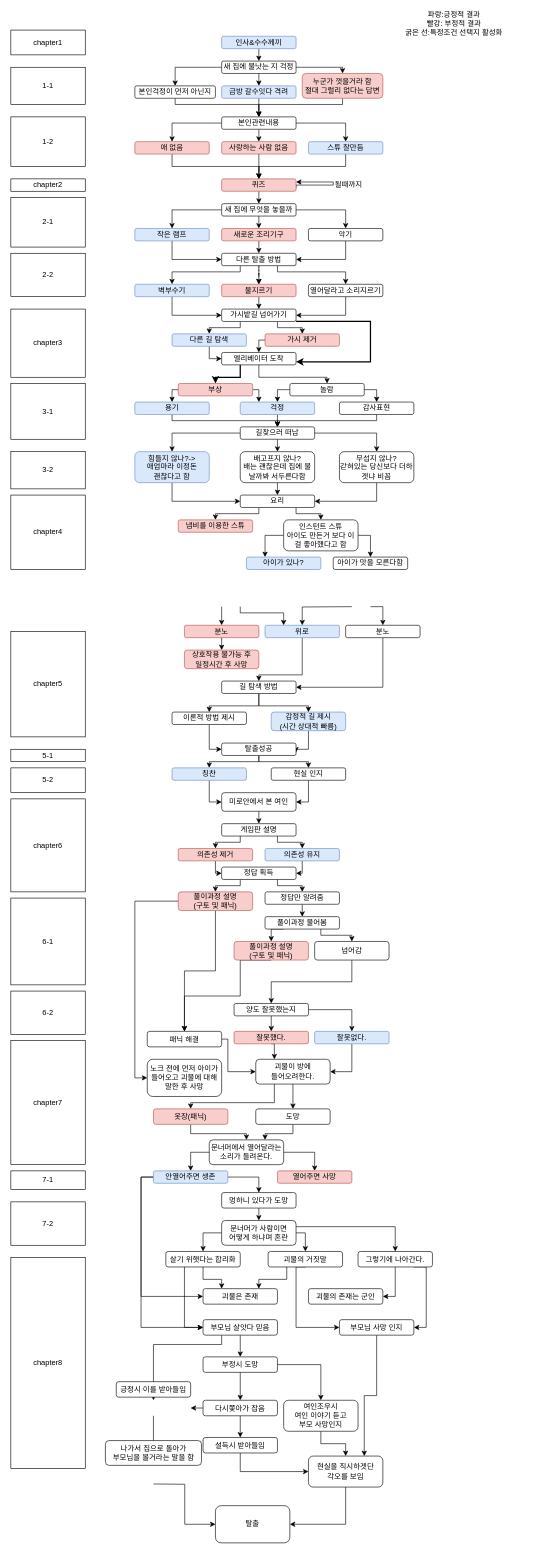
Before: woman.drawio in KimSeal/gamemaker, a draw.io diagram. Source tidied: cells renumbered, new cells numbered last; positions are measured from the earlier drawing's top-left corner, leaving out a move shared by most shapes. Both pictures are drawn from the tidied source at 62%, with x=0, y=0 at pixel (11, 17).
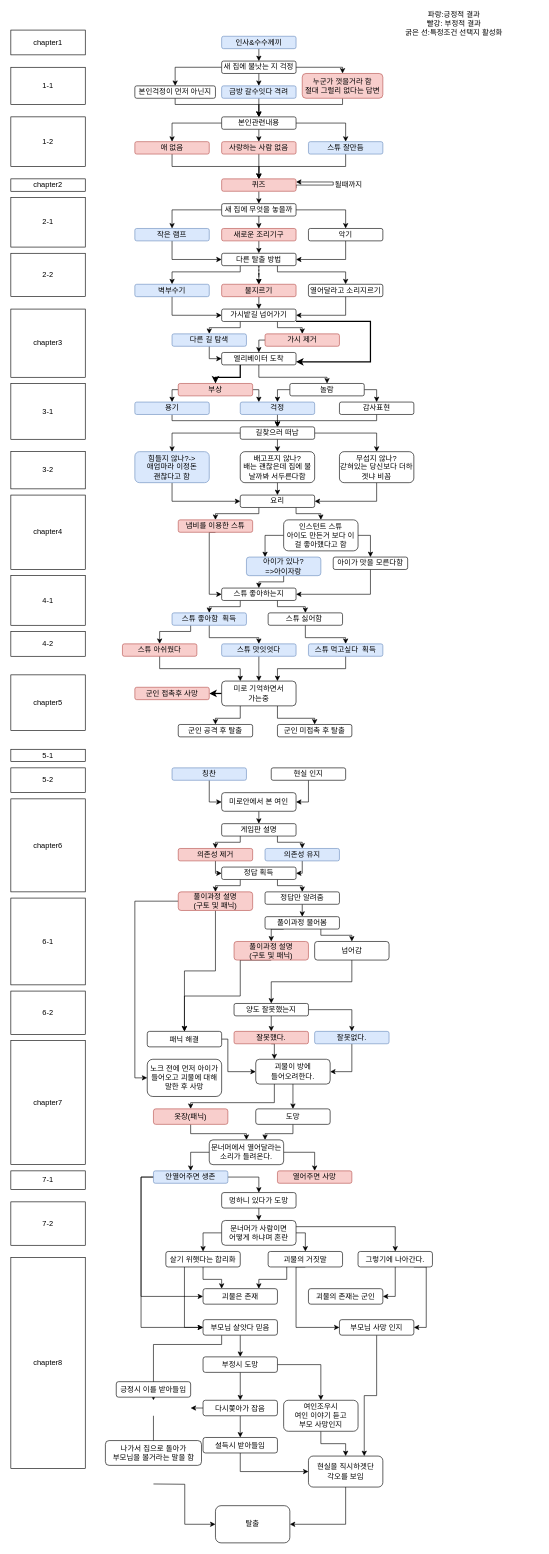
Above is the later version.

Unchanged cells that the change refers to:
```xml
<mxCell id="97" value="칭찬" style="rounded=1;whiteSpace=wrap;html=1;fillColor=#dae8fc;strokeColor=#6c8ebf;" parent="1" vertex="1">
  <mxGeometry x="260" y="1210" width="120" height="20" as="geometry" />
</mxCell>
<mxCell id="99" value="현실 인지" style="rounded=1;whiteSpace=wrap;html=1;" parent="1" vertex="1">
  <mxGeometry x="420" y="1210" width="120" height="20" as="geometry" />
</mxCell>
<mxCell id="219" value="냄비를 이용한 스튜" style="rounded=1;whiteSpace=wrap;html=1;fillColor=#f8cecc;strokeColor=#b85450;" parent="1" vertex="1">
  <mxGeometry x="270" y="810" width="120" height="20" as="geometry" />
</mxCell>
<mxCell id="224" value="아이가 맛을 모른다함" style="rounded=1;whiteSpace=wrap;html=1;" parent="1" vertex="1">
  <mxGeometry x="520" y="870" width="120" height="20" as="geometry" />
</mxCell>
```

Change to the diagram source:
```diff
@@
-    <mxCell id="71" style="edgeStyle=orthogonalEdgeStyle;rounded=0;jettySize=auto;html=1;exitX=0.75;exitY=1;exitDx=0;exitDy=0;entryX=0.25;entryY=0;entryDx=0;entryDy=0;strokeWidth=1;" parent="1" edge="1" target="76">
-      <mxGeometry relative="1" as="geometry">
-        <mxPoint x="370" y="950" as="sourcePoint" />
-        <Array as="points">
-          <mxPoint x="370" y="960" />
-          <mxPoint x="440" y="960" />
-        </Array>
-      </mxGeometry>
-    </mxCell>
-    <mxCell id="72" style="edgeStyle=orthogonalEdgeStyle;rounded=0;jettySize=auto;html=1;exitX=0.5;exitY=1;exitDx=0;exitDy=0;entryX=0.5;entryY=0;entryDx=0;entryDy=0;strokeWidth=1;" parent="1" edge="1" target="78">
-      <mxGeometry relative="1" as="geometry">
-        <mxPoint x="340" y="950" as="sourcePoint" />
-      </mxGeometry>
-    </mxCell>
-    <mxCell id="73" style="edgeStyle=orthogonalEdgeStyle;rounded=0;jettySize=auto;html=1;exitX=0.5;exitY=1;exitDx=0;exitDy=0;entryX=0.5;entryY=0;entryDx=0;entryDy=0;strokeWidth=1;" parent="1" edge="1" target="76">
-      <mxGeometry relative="1" as="geometry">
-        <mxPoint x="550" y="950" as="sourcePoint" />
-      </mxGeometry>
-    </mxCell>
-    <mxCell id="74" style="edgeStyle=orthogonalEdgeStyle;rounded=0;jettySize=auto;html=1;exitX=0.75;exitY=1;exitDx=0;exitDy=0;entryX=0.5;entryY=0;entryDx=0;entryDy=0;strokeWidth=1;" parent="1" edge="1" target="81">
-      <mxGeometry relative="1" as="geometry">
-        <mxPoint x="580" y="950" as="sourcePoint" />
-      </mxGeometry>
-    </mxCell>
-    <mxCell id="75" style="edgeStyle=orthogonalEdgeStyle;rounded=0;jettySize=auto;html=1;exitX=0.5;exitY=1;exitDx=0;exitDy=0;entryX=0.5;entryY=0;entryDx=0;entryDy=0;strokeWidth=1;" parent="1" edge="1" source="76" target="88">
-      <mxGeometry relative="1" as="geometry">
-        <Array as="points">
-          <mxPoint x="470" y="1060" />
-          <mxPoint x="400" y="1060" />
-        </Array>
-      </mxGeometry>
-    </mxCell>
-    <mxCell id="76" value="위로" style="rounded=1;whiteSpace=wrap;html=1;fillColor=#dae8fc;strokeColor=#6c8ebf;" parent="1" vertex="1">
-      <mxGeometry x="410" y="980" width="120" height="20" as="geometry" />
-    </mxCell>
-    <mxCell id="77" style="edgeStyle=orthogonalEdgeStyle;rounded=0;jettySize=auto;html=1;exitX=0.5;exitY=1;exitDx=0;exitDy=0;entryX=0.5;entryY=0;entryDx=0;entryDy=0;strokeWidth=1;" parent="1" edge="1" source="78" target="79">
-      <mxGeometry relative="1" as="geometry" />
-    </mxCell>
-    <mxCell id="78" value="분노" style="rounded=1;whiteSpace=wrap;html=1;fillColor=#f8cecc;strokeColor=#b85450;" parent="1" vertex="1">
-      <mxGeometry x="280" y="980" width="120" height="20" as="geometry" />
-    </mxCell>
-    <mxCell id="79" value="상호작용 불가능 후&lt;br&gt;일정시간 후 사망" style="rounded=1;whiteSpace=wrap;html=1;fillColor=#f8cecc;strokeColor=#b85450;" parent="1" vertex="1">
-      <mxGeometry x="280" y="1020" width="120" height="30" as="geometry" />
-    </mxCell>
-    <mxCell id="80" style="edgeStyle=orthogonalEdgeStyle;rounded=0;jettySize=auto;html=1;exitX=0.5;exitY=1;exitDx=0;exitDy=0;entryX=1;entryY=0.5;entryDx=0;entryDy=0;strokeWidth=1;" parent="1" edge="1" source="81" target="88">
-      <mxGeometry relative="1" as="geometry" />
-    </mxCell>
-    <mxCell id="81" value="분노" style="rounded=1;whiteSpace=wrap;html=1;" parent="1" vertex="1">
-      <mxGeometry x="540" y="980" width="120" height="20" as="geometry" />
-    </mxCell>
+    <mxCell id="225" style="edgeStyle=orthogonalEdgeStyle;rounded=0;jettySize=auto;html=1;exitX=0;exitY=0.5;exitDx=0;exitDy=0;entryX=1;entryY=0.5;entryDx=0;entryDy=0;strokeColor=#000000;strokeWidth=2;" parent="1" edge="1" source="83" target="247">
+      <mxGeometry relative="1" as="geometry" />
+    </mxCell>
+    <mxCell id="226" style="edgeStyle=orthogonalEdgeStyle;rounded=0;jettySize=auto;html=1;exitX=0.75;exitY=1;exitDx=0;exitDy=0;entryX=0.5;entryY=0;entryDx=0;entryDy=0;strokeColor=#000000;strokeWidth=1;" parent="1" edge="1" source="83" target="248">
+      <mxGeometry relative="1" as="geometry">
+        <Array as="points">
+          <mxPoint x="430" y="1130" />
+          <mxPoint x="490" y="1130" />
+        </Array>
+      </mxGeometry>
+    </mxCell>
-    <mxCell id="82" style="edgeStyle=orthogonalEdgeStyle;rounded=0;jettySize=auto;html=1;exitX=0.5;exitY=1;exitDx=0;exitDy=0;entryX=0;entryY=0.5;entryDx=0;entryDy=0;strokeWidth=1;" parent="1" edge="1" source="83" target="95">
+    <mxCell id="82" style="edgeStyle=orthogonalEdgeStyle;rounded=0;jettySize=auto;html=1;exitX=0.25;exitY=1;exitDx=0;exitDy=0;entryX=0.5;entryY=0;entryDx=0;entryDy=0;strokeColor=#000000;strokeWidth=1;" parent="1" edge="1" source="83" target="95">
       <mxGeometry relative="1" as="geometry" />
     </mxCell>
-    <mxCell id="83" value="이론적 방법 제시" style="rounded=1;whiteSpace=wrap;html=1;" parent="1" vertex="1">
-      <mxGeometry x="260" y="1120" width="120" height="20" as="geometry" />
+    <mxCell id="83" value="미로 기억하면서 &lt;br&gt;가는중" style="rounded=1;whiteSpace=wrap;html=1;" parent="1" vertex="1">
+      <mxGeometry x="340" y="1070" width="120" height="40" as="geometry" />
     </mxCell>
-    <mxCell id="84" style="edgeStyle=orthogonalEdgeStyle;rounded=0;jettySize=auto;html=1;exitX=0.5;exitY=1;exitDx=0;exitDy=0;entryX=1;entryY=0.75;entryDx=0;entryDy=0;strokeWidth=1;" parent="1" edge="1" source="85" target="95">
-      <mxGeometry relative="1" as="geometry">
-        <Array as="points">
-          <mxPoint x="480" y="1180" />
-          <mxPoint x="460" y="1180" />
-        </Array>
-      </mxGeometry>
-    </mxCell>
-    <mxCell id="85" value="감정적 길 제시&lt;br&gt;(시간 상대적 빠름)" style="rounded=1;whiteSpace=wrap;html=1;fillColor=#dae8fc;strokeColor=#6c8ebf;" parent="1" vertex="1">
-      <mxGeometry x="420" y="1120" width="120" height="30" as="geometry" />
-    </mxCell>
-    <mxCell id="86" style="edgeStyle=orthogonalEdgeStyle;rounded=0;jettySize=auto;html=1;exitX=0.5;exitY=1;exitDx=0;exitDy=0;entryX=0.5;entryY=0;entryDx=0;entryDy=0;strokeWidth=1;" parent="1" edge="1" source="88" target="83">
-      <mxGeometry relative="1" as="geometry" />
-    </mxCell>
-    <mxCell id="87" style="edgeStyle=orthogonalEdgeStyle;rounded=0;jettySize=auto;html=1;exitX=0.5;exitY=1;exitDx=0;exitDy=0;entryX=0.5;entryY=0;entryDx=0;entryDy=0;strokeWidth=1;" parent="1" edge="1" source="88" target="85">
-      <mxGeometry relative="1" as="geometry" />
-    </mxCell>
-    <mxCell id="88" value="길 탐색 방법" style="rounded=1;whiteSpace=wrap;html=1;" parent="1" vertex="1">
-      <mxGeometry x="340" y="1070" width="120" height="20" as="geometry" />
-    </mxCell>
     <mxCell id="89" value="chapter5" style="rounded=0;whiteSpace=wrap;html=1;" parent="1" vertex="1">
-      <mxGeometry y="990" width="120" height="170" as="geometry" />
+      <mxGeometry y="1060" width="120" height="90" as="geometry" />
     </mxCell>
@@
-    <mxCell id="93" style="edgeStyle=orthogonalEdgeStyle;rounded=0;jettySize=auto;html=1;exitX=0.5;exitY=1;exitDx=0;exitDy=0;entryX=0.5;entryY=0;entryDx=0;entryDy=0;strokeWidth=1;" parent="1" edge="1" source="95" target="97">
-      <mxGeometry relative="1" as="geometry">
-        <Array as="points">
-          <mxPoint x="400" y="1200" />
-          <mxPoint x="320" y="1200" />
-        </Array>
-      </mxGeometry>
-    </mxCell>
-    <mxCell id="94" style="edgeStyle=orthogonalEdgeStyle;rounded=0;jettySize=auto;html=1;exitX=0.5;exitY=1;exitDx=0;exitDy=0;entryX=0.5;entryY=0;entryDx=0;entryDy=0;strokeWidth=1;" parent="1" edge="1" source="95" target="99">
-      <mxGeometry relative="1" as="geometry">
-        <Array as="points">
-          <mxPoint x="400" y="1200" />
-          <mxPoint x="480" y="1200" />
-        </Array>
-      </mxGeometry>
-    </mxCell>
-    <mxCell id="95" value="탈출성공" style="rounded=1;whiteSpace=wrap;html=1;" parent="1" vertex="1">
-      <mxGeometry x="340" y="1170" width="120" height="20" as="geometry" />
+    <mxCell id="95" value="군인 공격 후 탈출" style="rounded=1;whiteSpace=wrap;html=1;" parent="1" vertex="1">
+      <mxGeometry x="270" y="1140" width="120" height="20" as="geometry" />
     </mxCell>
@@
+    <mxCell id="227" style="edgeStyle=orthogonalEdgeStyle;rounded=0;jettySize=auto;html=1;exitX=0.5;exitY=1;exitDx=0;exitDy=0;entryX=0;entryY=0.5;entryDx=0;entryDy=0;strokeColor=#000000;strokeWidth=1;" parent="1" edge="1" source="219" target="233">
+      <mxGeometry relative="1" as="geometry">
+        <Array as="points">
+          <mxPoint x="320" y="830" />
+          <mxPoint x="320" y="930" />
+        </Array>
+      </mxGeometry>
+    </mxCell>
@@
+    <mxCell id="228" style="edgeStyle=orthogonalEdgeStyle;rounded=0;jettySize=auto;html=1;exitX=0.5;exitY=1;exitDx=0;exitDy=0;entryX=0.5;entryY=0;entryDx=0;entryDy=0;strokeColor=#000000;strokeWidth=1;" parent="1" edge="1" source="223" target="233">
+      <mxGeometry relative="1" as="geometry">
+        <Array as="points">
+          <mxPoint x="440" y="910" />
+          <mxPoint x="400" y="910" />
+        </Array>
+      </mxGeometry>
+    </mxCell>
-    <mxCell id="223" value="아이가 있나?" style="rounded=1;whiteSpace=wrap;html=1;fillColor=#dae8fc;strokeColor=#6c8ebf;" parent="1" vertex="1">
-      <mxGeometry x="380" y="870" width="120" height="20" as="geometry" />
+    <mxCell id="223" value="아이가 있나?&lt;br&gt;=&amp;gt;아이자랑" style="rounded=1;whiteSpace=wrap;html=1;fillColor=#dae8fc;strokeColor=#6c8ebf;" parent="1" vertex="1">
+      <mxGeometry x="380" y="870" width="120" height="30" as="geometry" />
     </mxCell>
+    <mxCell id="229" style="edgeStyle=orthogonalEdgeStyle;rounded=0;jettySize=auto;html=1;exitX=0.5;exitY=1;exitDx=0;exitDy=0;entryX=1;entryY=0.5;entryDx=0;entryDy=0;strokeColor=#000000;strokeWidth=1;" parent="1" edge="1" source="224" target="233">
+      <mxGeometry relative="1" as="geometry" />
+    </mxCell>
@@
+    <mxCell id="230" value="4-1" style="rounded=0;whiteSpace=wrap;html=1;" parent="1" vertex="1">
+      <mxGeometry y="900" width="120" height="80" as="geometry" />
+    </mxCell>
+    <mxCell id="231" style="edgeStyle=orthogonalEdgeStyle;rounded=0;jettySize=auto;html=1;exitX=0.25;exitY=1;exitDx=0;exitDy=0;entryX=0.5;entryY=0;entryDx=0;entryDy=0;strokeColor=#000000;strokeWidth=1;" parent="1" edge="1" source="233" target="236">
+      <mxGeometry relative="1" as="geometry">
+        <Array as="points">
+          <mxPoint x="370" y="950" />
+          <mxPoint x="320" y="950" />
+        </Array>
+      </mxGeometry>
+    </mxCell>
+    <mxCell id="232" style="edgeStyle=orthogonalEdgeStyle;rounded=0;jettySize=auto;html=1;exitX=0.75;exitY=1;exitDx=0;exitDy=0;entryX=0.5;entryY=0;entryDx=0;entryDy=0;strokeColor=#000000;strokeWidth=1;" parent="1" edge="1" source="233" target="238">
+      <mxGeometry relative="1" as="geometry">
+        <Array as="points">
+          <mxPoint x="430" y="950" />
+          <mxPoint x="475" y="950" />
+        </Array>
+      </mxGeometry>
+    </mxCell>
+    <mxCell id="233" value="스튜 좋아하는지" style="rounded=1;whiteSpace=wrap;html=1;" parent="1" vertex="1">
+      <mxGeometry x="340" y="920" width="120" height="20" as="geometry" />
+    </mxCell>
+    <mxCell id="234" style="edgeStyle=orthogonalEdgeStyle;rounded=0;jettySize=auto;html=1;exitX=0.5;exitY=1;exitDx=0;exitDy=0;strokeColor=#000000;strokeWidth=1;" parent="1" edge="1" source="236" target="240">
+      <mxGeometry relative="1" as="geometry" />
+    </mxCell>
+    <mxCell id="235" style="edgeStyle=orthogonalEdgeStyle;rounded=0;jettySize=auto;html=1;exitX=0.25;exitY=1;exitDx=0;exitDy=0;entryX=0.5;entryY=0;entryDx=0;entryDy=0;strokeColor=#000000;strokeWidth=1;" parent="1" edge="1" source="236" target="242">
+      <mxGeometry relative="1" as="geometry">
+        <Array as="points">
+          <mxPoint x="290" y="990" />
+          <mxPoint x="240" y="990" />
+        </Array>
+      </mxGeometry>
+    </mxCell>
+    <mxCell id="236" value="스튜 좋아함&amp;nbsp; 획득" style="rounded=1;whiteSpace=wrap;html=1;fillColor=#dae8fc;strokeColor=#6c8ebf;" parent="1" vertex="1">
+      <mxGeometry x="260" y="960" width="120" height="20" as="geometry" />
+    </mxCell>
+    <mxCell id="237" style="edgeStyle=orthogonalEdgeStyle;rounded=0;jettySize=auto;html=1;exitX=0.5;exitY=1;exitDx=0;exitDy=0;entryX=0.5;entryY=0;entryDx=0;entryDy=0;strokeColor=#000000;strokeWidth=1;" parent="1" edge="1" source="238" target="244">
+      <mxGeometry relative="1" as="geometry" />
+    </mxCell>
+    <mxCell id="238" value="스튜 싫어함&amp;nbsp;" style="rounded=1;whiteSpace=wrap;html=1;" parent="1" vertex="1">
+      <mxGeometry x="415" y="960" width="120" height="20" as="geometry" />
+    </mxCell>
+    <mxCell id="239" style="edgeStyle=orthogonalEdgeStyle;rounded=0;jettySize=auto;html=1;exitX=0.5;exitY=1;exitDx=0;exitDy=0;entryX=0.5;entryY=0;entryDx=0;entryDy=0;strokeColor=#000000;strokeWidth=1;" parent="1" edge="1" source="240" target="83">
+      <mxGeometry relative="1" as="geometry" />
+    </mxCell>
+    <mxCell id="240" value="스튜 맛잇엇다" style="rounded=1;whiteSpace=wrap;html=1;fillColor=#dae8fc;strokeColor=#6c8ebf;" parent="1" vertex="1">
+      <mxGeometry x="340" y="1010" width="120" height="20" as="geometry" />
+    </mxCell>
+    <mxCell id="241" style="edgeStyle=orthogonalEdgeStyle;rounded=0;jettySize=auto;html=1;exitX=0.5;exitY=1;exitDx=0;exitDy=0;entryX=0.25;entryY=0;entryDx=0;entryDy=0;strokeColor=#000000;strokeWidth=1;" parent="1" edge="1" source="242" target="83">
+      <mxGeometry relative="1" as="geometry" />
+    </mxCell>
+    <mxCell id="242" value="스튜 아쉬웠다" style="rounded=1;whiteSpace=wrap;html=1;fillColor=#f8cecc;strokeColor=#b85450;" parent="1" vertex="1">
+      <mxGeometry x="180" y="1010" width="120" height="20" as="geometry" />
+    </mxCell>
+    <mxCell id="243" style="edgeStyle=orthogonalEdgeStyle;rounded=0;jettySize=auto;html=1;exitX=0.5;exitY=1;exitDx=0;exitDy=0;entryX=0.75;entryY=0;entryDx=0;entryDy=0;strokeColor=#000000;strokeWidth=1;" parent="1" edge="1" source="244" target="83">
+      <mxGeometry relative="1" as="geometry" />
+    </mxCell>
+    <mxCell id="244" value="스튜 먹고싶다&amp;nbsp; 획득" style="rounded=1;whiteSpace=wrap;html=1;fillColor=#dae8fc;strokeColor=#6c8ebf;" parent="1" vertex="1">
+      <mxGeometry x="480" y="1010" width="120" height="20" as="geometry" />
+    </mxCell>
+    <mxCell id="245" value="4-2" style="rounded=0;whiteSpace=wrap;html=1;" parent="1" vertex="1">
+      <mxGeometry y="990" width="120" height="40" as="geometry" />
+    </mxCell>
+    <mxCell id="246" style="edgeStyle=orthogonalEdgeStyle;rounded=0;orthogonalLoop=1;jettySize=auto;html=1;exitX=0.5;exitY=1;exitDx=0;exitDy=0;strokeColor=#000000;strokeWidth=1;" parent="1" edge="1" source="240" target="240">
+      <mxGeometry relative="1" as="geometry" />
+    </mxCell>
+    <mxCell id="247" value="군인 접촉후 사망" style="rounded=1;whiteSpace=wrap;html=1;fillColor=#f8cecc;strokeColor=#b85450;" parent="1" vertex="1">
+      <mxGeometry x="200" y="1080" width="120" height="20" as="geometry" />
+    </mxCell>
+    <mxCell id="248" value="군인 미접촉 후 탈출" style="rounded=1;whiteSpace=wrap;html=1;" parent="1" vertex="1">
+      <mxGeometry x="430" y="1140" width="120" height="20" as="geometry" />
+    </mxCell>
```
